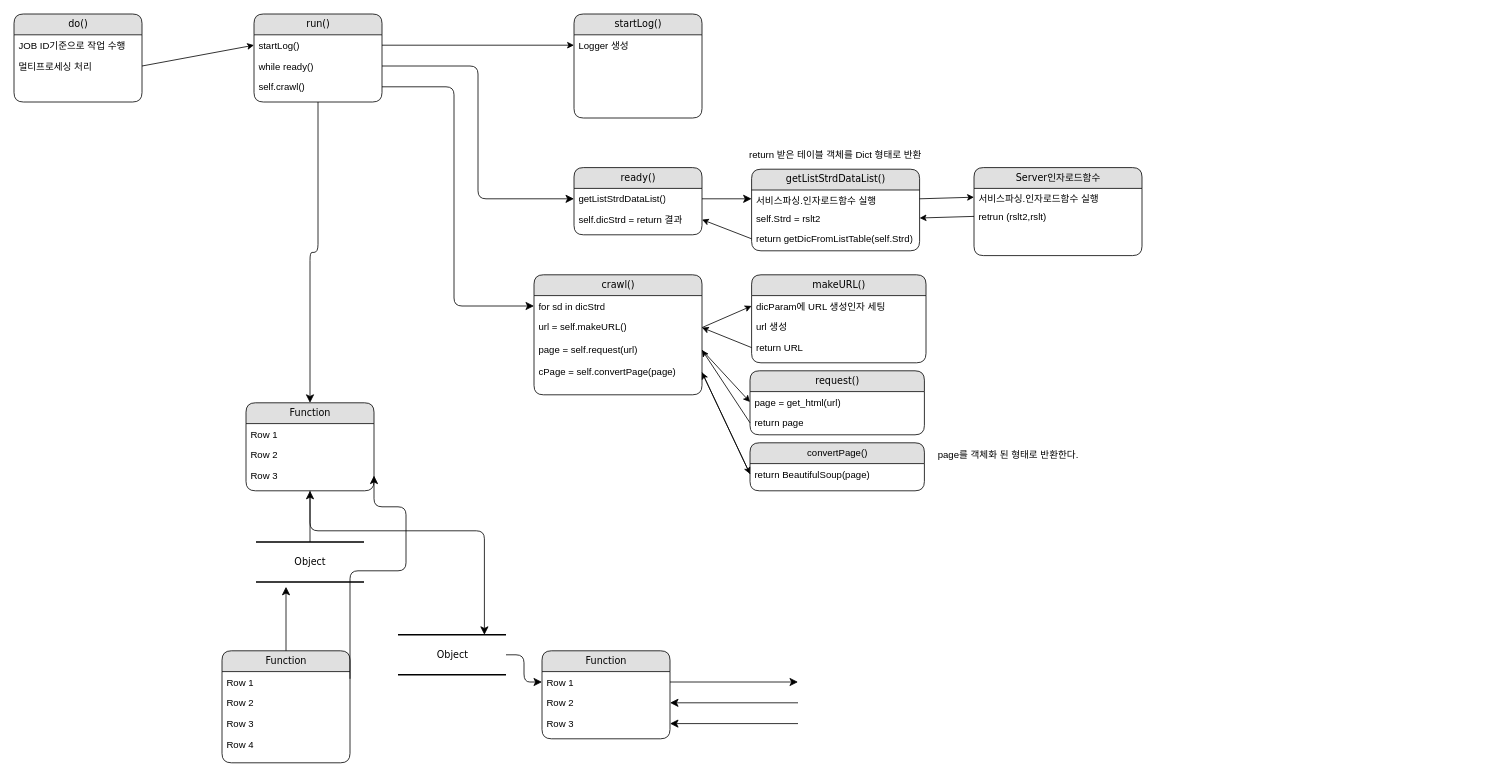
The draw.io diagram 31.분석/3111.프로세스흐름도/Untitled Diagram.drawio in repproject/rep, before the edit. Source tidied: cells renumbered, new cells numbered last; positions are measured from the earlier drawing's top-left corner, leaving out a move shared by most shapes. Both pictures are drawn from the tidied source at 80%, with x=0, y=0 at pixel (14, 14). Pictures stored in the file or linked from it are replaced by grey dashed boxes.
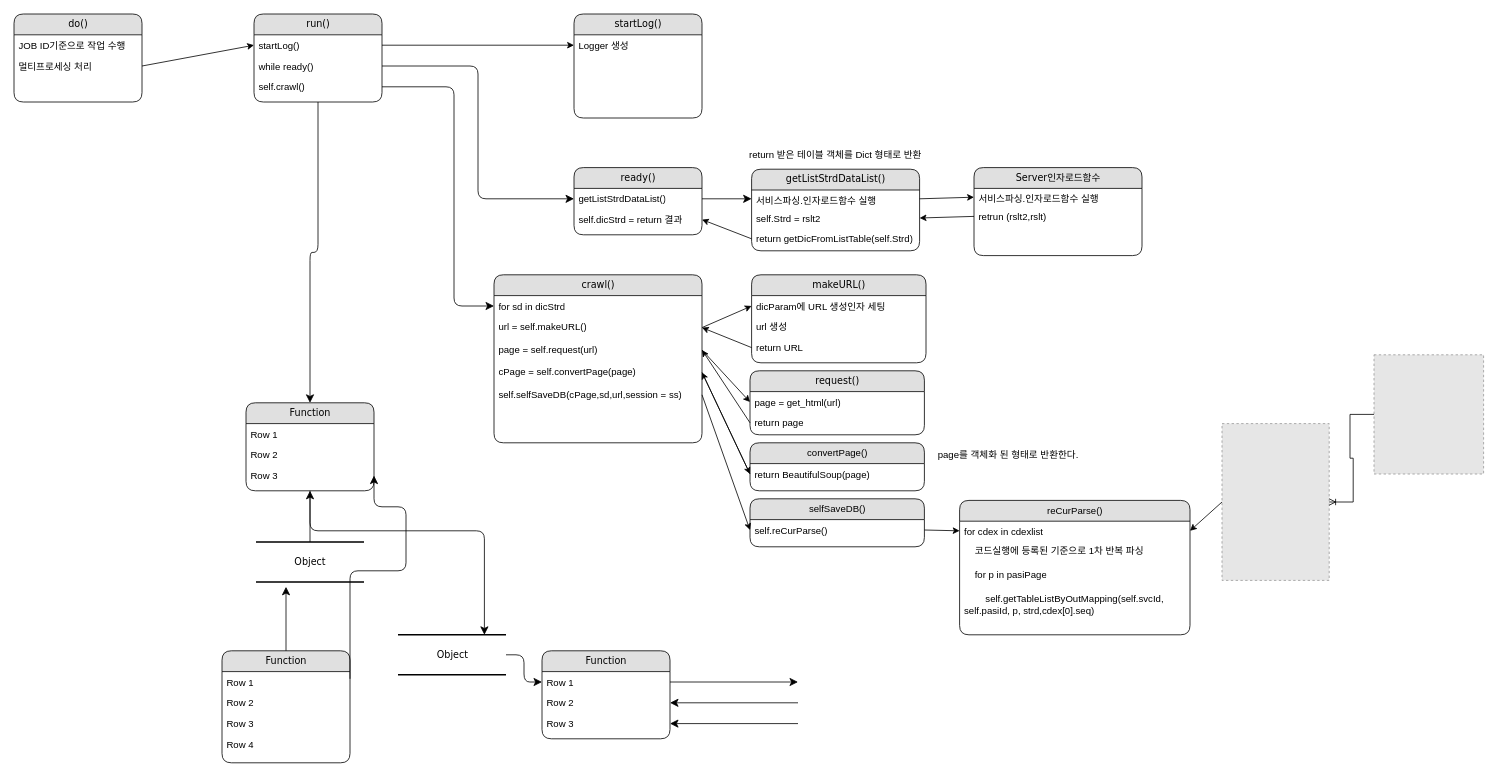
The same page after the edit.

The edit, as a diff of the source:
```diff
@@
     <mxCell id="53" value="crawl()" style="swimlane;html=1;fontStyle=0;horizontal=1;startSize=26;fillColor=#e0e0e0;swimlaneFillColor=#ffffff;align=center;rounded=1;shadow=0;comic=0;labelBackgroundColor=none;strokeWidth=1;fontFamily=Verdana;fontSize=12;" parent="1" vertex="1">
-      <mxGeometry x="650" y="326" width="210" height="150" as="geometry" />
+      <mxGeometry x="600" y="326" width="260" height="210" as="geometry" />
     </mxCell>
     <mxCell id="54" value="for sd in dicStrd" style="text;html=1;strokeColor=none;fillColor=none;spacingLeft=4;spacingRight=4;whiteSpace=wrap;overflow=hidden;points=[[0,0.5],[1,0.5]];portConstraint=eastwest;" parent="53" vertex="1">
-      <mxGeometry y="26" width="210" height="26" as="geometry" />
+      <mxGeometry y="26" width="260" height="26" as="geometry" />
     </mxCell>
     <mxCell id="55" value="url = self.makeURL()" style="text;html=1;strokeColor=none;fillColor=none;spacingLeft=4;spacingRight=4;whiteSpace=wrap;overflow=hidden;points=[[0,0.5],[1,0.5]];portConstraint=eastwest;" parent="53" vertex="1">
-      <mxGeometry y="52" width="210" height="28" as="geometry" />
+      <mxGeometry y="52" width="260" height="28" as="geometry" />
     </mxCell>
     <mxCell id="56" value="page = self.request(url)" style="text;html=1;strokeColor=none;fillColor=none;spacingLeft=4;spacingRight=4;whiteSpace=wrap;overflow=hidden;points=[[0,0.5],[1,0.5]];portConstraint=eastwest;" parent="53" vertex="1">
-      <mxGeometry y="80" width="210" height="28" as="geometry" />
+      <mxGeometry y="80" width="260" height="28" as="geometry" />
     </mxCell>
     <mxCell id="57" value="cPage = self.convertPage(page)" style="text;html=1;strokeColor=none;fillColor=none;spacingLeft=4;spacingRight=4;whiteSpace=wrap;overflow=hidden;points=[[0,0.5],[1,0.5]];portConstraint=eastwest;" parent="53" vertex="1">
-      <mxGeometry y="108" width="210" height="28" as="geometry" />
+      <mxGeometry y="108" width="260" height="28" as="geometry" />
     </mxCell>
+    <mxCell id="75" value="self.selfSaveDB(cPage,sd,url,session = ss)" style="text;html=1;strokeColor=none;fillColor=none;spacingLeft=4;spacingRight=4;whiteSpace=wrap;overflow=hidden;points=[[0,0.5],[1,0.5]];portConstraint=eastwest;" parent="53" vertex="1">
+      <mxGeometry y="136" width="260" height="28" as="geometry" />
+    </mxCell>
@@
+    <mxCell id="76" value="&lt;span style=&quot;font-family: Helvetica; text-align: left;&quot;&gt;selfSaveDB()&lt;/span&gt;" style="swimlane;html=1;fontStyle=0;horizontal=1;startSize=26;fillColor=#e0e0e0;swimlaneFillColor=#ffffff;align=center;rounded=1;shadow=0;comic=0;labelBackgroundColor=none;strokeWidth=1;fontFamily=Verdana;fontSize=12;" parent="1" vertex="1">
+      <mxGeometry x="920" y="606" width="218" height="60" as="geometry" />
+    </mxCell>
+    <mxCell id="77" value="self.reCurParse()" style="text;html=1;strokeColor=none;fillColor=none;spacingLeft=4;spacingRight=4;whiteSpace=wrap;overflow=hidden;points=[[0,0.5],[1,0.5]];portConstraint=eastwest;" parent="76" vertex="1">
+      <mxGeometry y="26" width="218" height="26" as="geometry" />
+    </mxCell>
+    <mxCell id="78" style="endArrow=classic;html=1;rounded=0;exitX=1;exitY=0.5;exitDx=0;exitDy=0;entryX=0;entryY=0.5;entryDx=0;entryDy=0;" parent="1" edge="1" source="75" target="77">
+      <mxGeometry relative="1" as="geometry" />
+    </mxCell>
+    <mxCell id="79" value="&lt;div style=&quot;text-align: left;&quot;&gt;&lt;span style=&quot;background-color: initial;&quot;&gt;&lt;font face=&quot;Helvetica&quot;&gt;reCurParse()&lt;/font&gt;&lt;/span&gt;&lt;/div&gt;" style="swimlane;html=1;fontStyle=0;horizontal=1;startSize=26;fillColor=#e0e0e0;swimlaneFillColor=#ffffff;align=center;rounded=1;shadow=0;comic=0;labelBackgroundColor=none;strokeWidth=1;fontFamily=Verdana;fontSize=12;" parent="1" vertex="1">
+      <mxGeometry x="1182" y="608" width="288" height="168" as="geometry" />
+    </mxCell>
+    <mxCell id="80" value="for cdex in cdexlist" style="text;html=1;strokeColor=none;fillColor=none;spacingLeft=4;spacingRight=4;whiteSpace=wrap;overflow=hidden;points=[[0,0.5],[1,0.5]];portConstraint=eastwest;" parent="79" vertex="1">
+      <mxGeometry y="26" width="288" height="24" as="geometry" />
+    </mxCell>
+    <mxCell id="81" value="&amp;nbsp; &amp;nbsp; 코드실행에 등록된 기준으로 1차 반복 파싱" style="text;html=1;strokeColor=none;fillColor=none;spacingLeft=4;spacingRight=4;whiteSpace=wrap;overflow=hidden;" parent="79" vertex="1">
+      <mxGeometry y="50" width="288" height="30" as="geometry" />
+    </mxCell>
+    <mxCell id="82" value="&amp;nbsp; &amp;nbsp; for p in pasiPage" style="text;html=1;strokeColor=none;fillColor=none;spacingLeft=4;spacingRight=4;whiteSpace=wrap;overflow=hidden;" parent="79" vertex="1">
+      <mxGeometry y="80" width="288" height="30" as="geometry" />
+    </mxCell>
+    <mxCell id="83" value="&amp;nbsp; &amp;nbsp; &amp;nbsp; &amp;nbsp; self.getTableListByOutMapping(self.svcId, self.pasiId, p, strd,cdex[0].seq)" style="text;html=1;strokeColor=none;fillColor=none;spacingLeft=4;spacingRight=4;whiteSpace=wrap;overflow=hidden;" parent="79" vertex="1">
+      <mxGeometry y="110" width="288" height="40" as="geometry" />
+    </mxCell>
+    <mxCell id="84" style="endArrow=classic;html=1;rounded=0;entryX=0;entryY=0.5;entryDx=0;entryDy=0;exitX=1;exitY=0.5;exitDx=0;exitDy=0;" parent="1" edge="1" source="77" target="80">
+      <mxGeometry relative="1" as="geometry" />
+    </mxCell>
+    <mxCell id="85" style="fillColor=#E6E6E6;strokeColor=#999999;dashed=1;verticalLabelPosition=bottom;labelBackgroundColor=default;verticalAlign=top;" parent="1" vertex="1">
+      <mxGeometry x="1510" y="512" width="134" height="196" as="geometry" />
+    </mxCell>
+    <mxCell id="86" style="fillColor=#E6E6E6;strokeColor=#999999;dashed=1;verticalLabelPosition=bottom;labelBackgroundColor=default;verticalAlign=top;" parent="1" vertex="1">
+      <mxGeometry x="1700" y="426" width="137" height="149" as="geometry" />
+    </mxCell>
+    <mxCell id="87" style="edgeStyle=entityRelationEdgeStyle;fontSize=12;html=1;endArrow=ERoneToMany;rounded=0;exitX=0;exitY=0.5;exitDx=0;exitDy=0;entryX=1;entryY=0.5;entryDx=0;entryDy=0;" parent="1" edge="1" source="86" target="85">
+      <mxGeometry relative="1" as="geometry" />
+    </mxCell>
+    <mxCell id="88" style="endArrow=classic;html=1;rounded=0;entryX=1;entryY=0.5;entryDx=0;entryDy=0;exitX=0;exitY=0.5;exitDx=0;exitDy=0;" parent="1" edge="1" source="85" target="80">
+      <mxGeometry relative="1" as="geometry" />
+    </mxCell>
```
